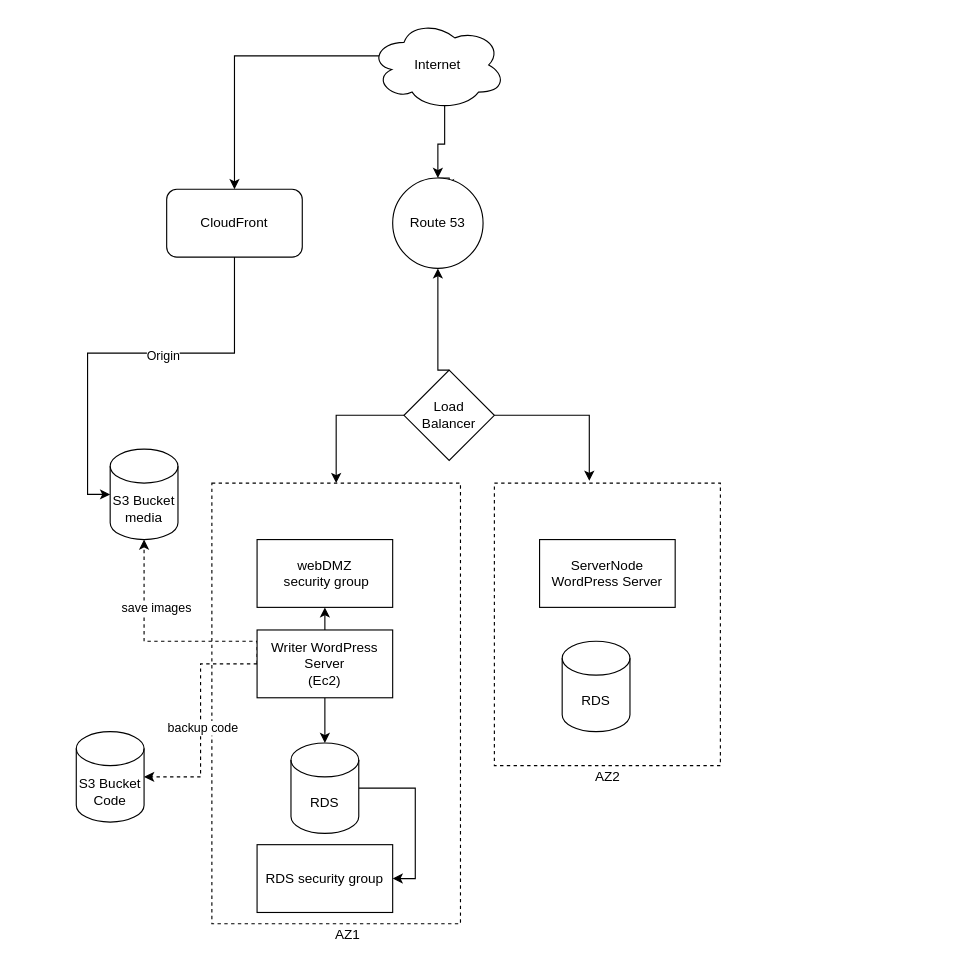
Earlier version of the draw.io diagram Untitled Diagram.drawio (Peggy-liu/AWS_Command). Source tidied: cells renumbered, new cells numbered last; positions are measured from the earlier drawing's top-left corner, leaving out a move shared by most shapes. Both pictures are drawn from the tidied source at 113%, with x=0, y=0 at pixel (76, 19).
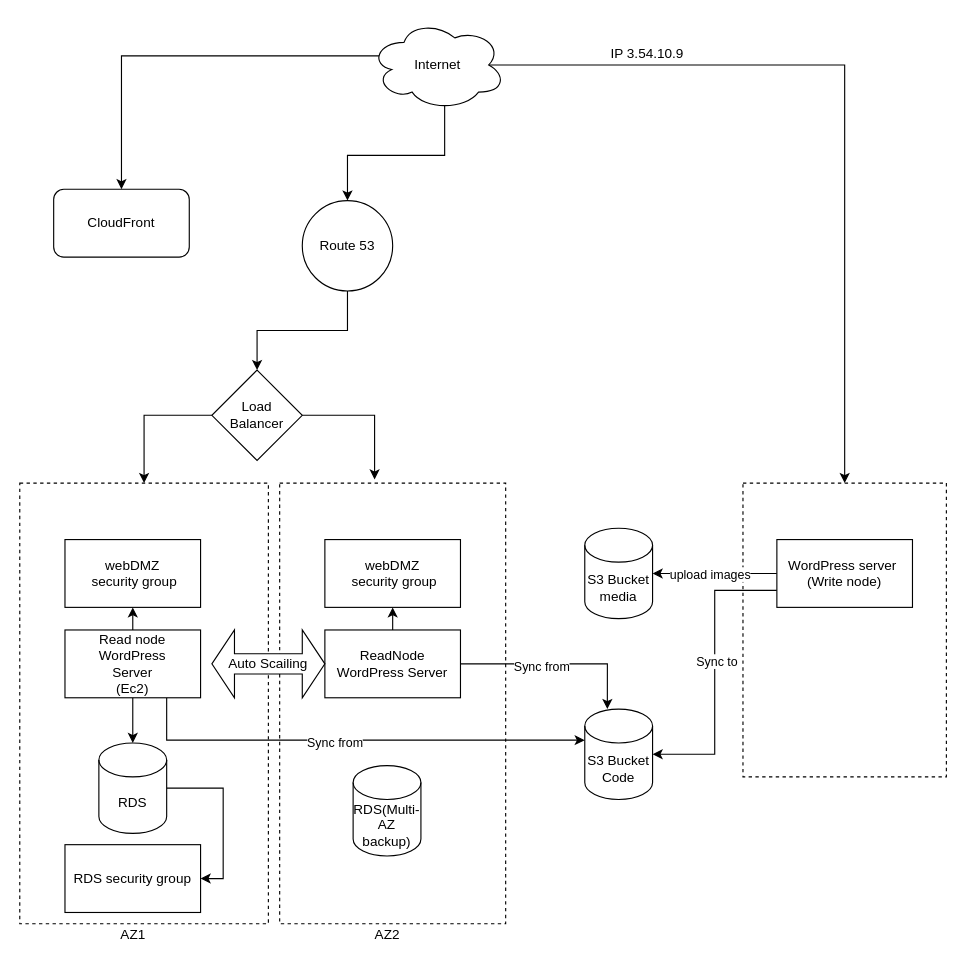
The same page after the edit.

Commit message:
Fault tolerance multi az server

Unchanged cells that the change refers to:
```xml
<mxCell id="33" value="Internet" style="ellipse;shape=cloud;whiteSpace=wrap;html=1;" parent="1" vertex="1">
  <mxGeometry x="260" width="120" height="80" as="geometry" />
</mxCell>
```

Change to the diagram source:
```diff
@@
     <mxCell id="2" style="rounded=0;whiteSpace=wrap;html=1;dashed=1;" parent="1" vertex="1">
-      <mxGeometry x="370" y="410" width="200" height="250" as="geometry" />
+      <mxGeometry x="180" y="410" width="200" height="390" as="geometry" />
     </mxCell>
     <mxCell id="3" style="rounded=0;whiteSpace=wrap;html=1;dashed=1;" parent="1" vertex="1">
-      <mxGeometry x="120" y="410" width="220" height="390" as="geometry" />
+      <mxGeometry x="-50" y="410" width="220" height="390" as="geometry" />
     </mxCell>
     <mxCell id="4" value="S3 Bucket Code" style="shape=cylinder3;whiteSpace=wrap;html=1;boundedLbl=1;backgroundOutline=1;size=15;" parent="1" vertex="1">
-      <mxGeometry y="630" width="60" height="80" as="geometry" />
+      <mxGeometry x="450" y="610" width="60" height="80" as="geometry" />
     </mxCell>
     <mxCell id="5" value="S3 Bucket&lt;br&gt;media" style="shape=cylinder3;whiteSpace=wrap;html=1;boundedLbl=1;backgroundOutline=1;size=15;" parent="1" vertex="1">
-      <mxGeometry x="30" y="380" width="60" height="80" as="geometry" />
+      <mxGeometry x="450" y="450" width="60" height="80" as="geometry" />
     </mxCell>
-    <mxCell id="6" style="edgeStyle=orthogonalEdgeStyle;rounded=0;jettySize=auto;html=1;exitX=0.5;exitY=1;exitDx=0;exitDy=0;entryX=0;entryY=0.5;entryDx=0;entryDy=0;entryPerimeter=0;" parent="1" edge="1" source="8" target="5">
-      <mxGeometry relative="1" as="geometry" />
-    </mxCell>
-    <mxCell id="7" value="Origin" style="edgeLabel;html=1;align=center;verticalAlign=middle;" parent="6" vertex="1">
-      <mxGeometry x="-0.17" y="2" relative="1" as="geometry" />
-    </mxCell>
     <mxCell id="8" value="CloudFront" style="rounded=1;whiteSpace=wrap;html=1;" parent="1" vertex="1">
-      <mxGeometry x="80" y="150" width="120" height="60" as="geometry" />
+      <mxGeometry x="-20" y="150" width="120" height="60" as="geometry" />
     </mxCell>
     <mxCell id="9" value="webDMZ&lt;br&gt;&amp;nbsp;security group" style="rounded=0;whiteSpace=wrap;html=1;" parent="1" vertex="1">
-      <mxGeometry x="160" y="460" width="120" height="60" as="geometry" />
+      <mxGeometry x="-10" y="460" width="120" height="60" as="geometry" />
     </mxCell>
     <mxCell id="10" value="RDS security group" style="rounded=0;whiteSpace=wrap;html=1;" parent="1" vertex="1">
-      <mxGeometry x="160" y="730" width="120" height="60" as="geometry" />
+      <mxGeometry x="-10" y="730" width="120" height="60" as="geometry" />
     </mxCell>
@@
     <mxCell id="12" value="RDS" style="shape=cylinder3;whiteSpace=wrap;html=1;boundedLbl=1;backgroundOutline=1;size=15;" parent="1" vertex="1">
-      <mxGeometry x="190" y="640" width="60" height="80" as="geometry" />
+      <mxGeometry x="20" y="640" width="60" height="80" as="geometry" />
     </mxCell>
-    <mxCell id="13" value="RDS" style="shape=cylinder3;whiteSpace=wrap;html=1;boundedLbl=1;backgroundOutline=1;size=15;" parent="1" vertex="1">
-      <mxGeometry x="430" y="550" width="60" height="80" as="geometry" />
+    <mxCell id="13" value="RDS(Multi-AZ backup)" style="shape=cylinder3;whiteSpace=wrap;html=1;boundedLbl=1;backgroundOutline=1;size=15;" parent="1" vertex="1">
+      <mxGeometry x="245" y="660" width="60" height="80" as="geometry" />
     </mxCell>
@@
-    <mxCell id="16" style="edgeStyle=orthogonalEdgeStyle;rounded=0;jettySize=auto;html=1;exitX=0;exitY=0.5;exitDx=0;exitDy=0;entryX=0.5;entryY=1;entryDx=0;entryDy=0;entryPerimeter=0;dashed=1;" parent="1" edge="1" source="20" target="5">
-      <mxGeometry relative="1" as="geometry">
-        <Array as="points">
-          <mxPoint x="160" y="550" />
-          <mxPoint x="60" y="550" />
-        </Array>
-      </mxGeometry>
-    </mxCell>
-    <mxCell id="17" value="save images" style="edgeLabel;html=1;align=center;verticalAlign=middle;" parent="16" vertex="1">
-      <mxGeometry x="-0.23" y="1" relative="1" as="geometry">
-        <mxPoint x="-29" y="-31" as="offset" />
-      </mxGeometry>
-    </mxCell>
-    <mxCell id="18" style="edgeStyle=orthogonalEdgeStyle;rounded=0;jettySize=auto;html=1;exitX=0;exitY=0.5;exitDx=0;exitDy=0;entryX=1;entryY=0.5;entryDx=0;entryDy=0;entryPerimeter=0;dashed=1;" parent="1" edge="1" source="20" target="4">
-      <mxGeometry relative="1" as="geometry">
-        <Array as="points">
-          <mxPoint x="110" y="570" />
-          <mxPoint x="110" y="670" />
-        </Array>
-      </mxGeometry>
+    <mxCell id="18" style="edgeStyle=orthogonalEdgeStyle;rounded=0;jettySize=auto;html=1;exitX=0.75;exitY=1;exitDx=0;exitDy=0;entryX=0;entryY=0;entryDx=0;entryDy=27.5;entryPerimeter=0;" parent="1" edge="1" source="20" target="4">
+      <mxGeometry relative="1" as="geometry" />
     </mxCell>
-    <mxCell id="19" value="backup code" style="edgeLabel;html=1;align=center;verticalAlign=middle;" parent="18" vertex="1">
-      <mxGeometry x="0.06" y="1" relative="1" as="geometry" />
-    </mxCell>
+    <mxCell id="34" value="Sync from" style="edgeLabel;html=1;align=center;verticalAlign=middle;" parent="18" vertex="1">
+      <mxGeometry x="-0.09" y="-1" relative="1" as="geometry">
+        <mxPoint x="1" y="1" as="offset" />
+      </mxGeometry>
+    </mxCell>
-    <mxCell id="20" value="Writer WordPress&lt;br&gt;Server&lt;br&gt;(Ec2)" style="rounded=0;whiteSpace=wrap;html=1;" parent="1" vertex="1">
-      <mxGeometry x="160" y="540" width="120" height="60" as="geometry" />
+    <mxCell id="20" value="Read node WordPress&lt;br&gt;Server&lt;br&gt;(Ec2)" style="rounded=0;whiteSpace=wrap;html=1;" parent="1" vertex="1">
+      <mxGeometry x="-10" y="540" width="120" height="60" as="geometry" />
     </mxCell>
+    <mxCell id="35" style="edgeStyle=orthogonalEdgeStyle;rounded=0;jettySize=auto;html=1;exitX=0.5;exitY=0;exitDx=0;exitDy=0;entryX=0.5;entryY=1;entryDx=0;entryDy=0;" parent="1" edge="1" source="21" target="47">
+      <mxGeometry relative="1" as="geometry" />
+    </mxCell>
+    <mxCell id="36" style="edgeStyle=orthogonalEdgeStyle;rounded=0;jettySize=auto;html=1;exitX=1;exitY=0.5;exitDx=0;exitDy=0;entryX=0.333;entryY=0;entryDx=0;entryDy=0;entryPerimeter=0;" parent="1" edge="1" source="21" target="4">
+      <mxGeometry relative="1" as="geometry" />
+    </mxCell>
+    <mxCell id="37" value="Sync from" style="edgeLabel;html=1;align=center;verticalAlign=middle;" parent="36" vertex="1">
+      <mxGeometry x="-0.16" y="-2" relative="1" as="geometry" />
+    </mxCell>
-    <mxCell id="21" value="ServerNode WordPress Server" style="rounded=0;whiteSpace=wrap;html=1;" parent="1" vertex="1">
-      <mxGeometry x="410" y="460" width="120" height="60" as="geometry" />
+    <mxCell id="21" value="ReadNode WordPress Server" style="rounded=0;whiteSpace=wrap;html=1;" parent="1" vertex="1">
+      <mxGeometry x="220" y="540" width="120" height="60" as="geometry" />
     </mxCell>
@@
-    <mxCell id="24" style="edgeStyle=orthogonalEdgeStyle;rounded=0;jettySize=auto;html=1;exitX=0.5;exitY=0;exitDx=0;exitDy=0;" parent="1" edge="1" source="29">
-      <mxGeometry relative="1" as="geometry">
-        <mxPoint x="330" y="150" as="targetPoint" />
-      </mxGeometry>
-    </mxCell>
     <mxCell id="25" style="edgeStyle=orthogonalEdgeStyle;rounded=0;jettySize=auto;html=1;exitX=0.5;exitY=0;exitDx=0;exitDy=0;dashed=1;" parent="1" edge="1" source="26">
       <mxGeometry relative="1" as="geometry">
-        <mxPoint x="330" y="310" as="targetPoint" />
+        <mxPoint x="160" y="310" as="targetPoint" />
       </mxGeometry>
     </mxCell>
     <mxCell id="26" value="Load&lt;br&gt;Balancer&lt;br&gt;" style="rhombus;whiteSpace=wrap;html=1;" parent="1" vertex="1">
-      <mxGeometry x="290" y="310" width="80" height="80" as="geometry" />
+      <mxGeometry x="120" y="310" width="80" height="80" as="geometry" />
     </mxCell>
     <mxCell id="27" value="AZ1" style="text;html=1;align=center;verticalAlign=middle;" parent="1" vertex="1">
-      <mxGeometry x="220" y="800" width="40" height="20" as="geometry" />
+      <mxGeometry x="30" y="800" width="40" height="20" as="geometry" />
     </mxCell>
     <mxCell id="28" value="AZ2" style="text;html=1;align=center;verticalAlign=middle;" parent="1" vertex="1">
-      <mxGeometry x="450" y="660" width="40" height="20" as="geometry" />
+      <mxGeometry x="255" y="800" width="40" height="20" as="geometry" />
     </mxCell>
+    <mxCell id="38" style="edgeStyle=orthogonalEdgeStyle;rounded=0;jettySize=auto;html=1;exitX=0.5;exitY=1;exitDx=0;exitDy=0;entryX=0.5;entryY=0;entryDx=0;entryDy=0;" parent="1" edge="1" source="29" target="26">
+      <mxGeometry relative="1" as="geometry" />
+    </mxCell>
     <mxCell id="29" value="Route 53" style="ellipse;whiteSpace=wrap;html=1;" parent="1" vertex="1">
-      <mxGeometry x="280" y="140" width="80" height="80" as="geometry" />
+      <mxGeometry x="200" y="160" width="80" height="80" as="geometry" />
     </mxCell>
-    <mxCell id="30" style="edgeStyle=orthogonalEdgeStyle;rounded=0;jettySize=auto;html=1;exitX=0.5;exitY=0;exitDx=0;exitDy=0;" parent="1" edge="1" source="26" target="29">
-      <mxGeometry relative="1" as="geometry">
-        <Array as="points">
-          <mxPoint x="320" y="310" />
-        </Array>
-      </mxGeometry>
-    </mxCell>
@@
+    <mxCell id="39" style="edgeStyle=orthogonalEdgeStyle;rounded=0;jettySize=auto;html=1;exitX=0.875;exitY=0.5;exitDx=0;exitDy=0;exitPerimeter=0;entryX=0.5;entryY=0;entryDx=0;entryDy=0;" parent="1" edge="1" source="33" target="40">
+      <mxGeometry relative="1" as="geometry" />
+    </mxCell>
@@
+    <mxCell id="40" style="rounded=0;whiteSpace=wrap;html=1;dashed=1;" parent="1" vertex="1">
+      <mxGeometry x="590" y="410" width="180" height="260" as="geometry" />
+    </mxCell>
+    <mxCell id="41" style="edgeStyle=orthogonalEdgeStyle;rounded=0;jettySize=auto;html=1;exitX=0;exitY=0.5;exitDx=0;exitDy=0;entryX=1;entryY=0.5;entryDx=0;entryDy=0;entryPerimeter=0;" parent="1" edge="1" source="45" target="5">
+      <mxGeometry relative="1" as="geometry" />
+    </mxCell>
+    <mxCell id="42" value="upload images" style="edgeLabel;html=1;align=center;verticalAlign=middle;" parent="41" vertex="1">
+      <mxGeometry x="0.35" relative="1" as="geometry">
+        <mxPoint x="14" as="offset" />
+      </mxGeometry>
+    </mxCell>
+    <mxCell id="43" style="edgeStyle=orthogonalEdgeStyle;rounded=0;jettySize=auto;html=1;exitX=0;exitY=0.75;exitDx=0;exitDy=0;entryX=1;entryY=0.5;entryDx=0;entryDy=0;entryPerimeter=0;" parent="1" edge="1" source="45" target="4">
+      <mxGeometry relative="1" as="geometry" />
+    </mxCell>
+    <mxCell id="44" value="Sync to" style="edgeLabel;html=1;align=center;verticalAlign=middle;" parent="43" vertex="1">
+      <mxGeometry x="-0.08" y="1" relative="1" as="geometry" />
+    </mxCell>
+    <mxCell id="45" value="WordPress server&amp;nbsp;&lt;br&gt;(Write node)" style="rounded=0;whiteSpace=wrap;html=1;" parent="1" vertex="1">
+      <mxGeometry x="620" y="460" width="120" height="60" as="geometry" />
+    </mxCell>
+    <mxCell id="46" value="Auto Scailing" style="shape=doubleArrow;whiteSpace=wrap;html=1;" parent="1" vertex="1">
+      <mxGeometry x="120" y="540" width="100" height="60" as="geometry" />
+    </mxCell>
+    <mxCell id="47" value="webDMZ&lt;br&gt;&amp;nbsp;security group" style="rounded=0;whiteSpace=wrap;html=1;" parent="1" vertex="1">
+      <mxGeometry x="220" y="460" width="120" height="60" as="geometry" />
+    </mxCell>
+    <mxCell id="48" value="IP 3.54.10.9" style="text;html=1;align=center;verticalAlign=middle;" parent="1" vertex="1">
+      <mxGeometry x="465" y="20" width="80" height="20" as="geometry" />
+    </mxCell>
```
